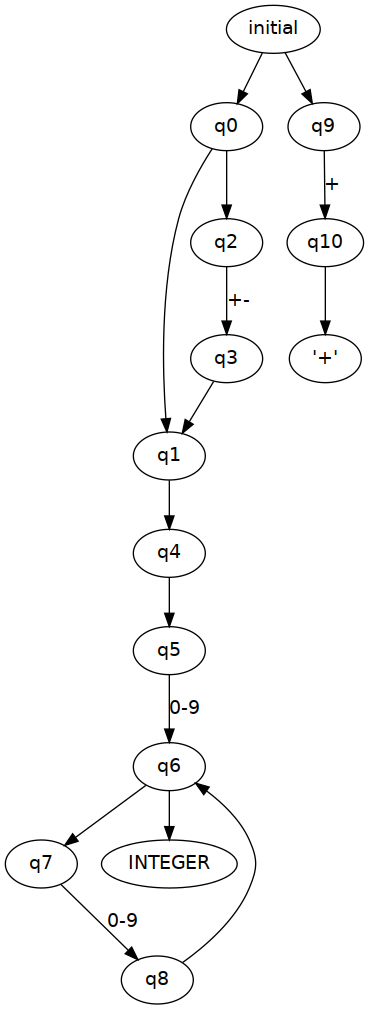
Earlier version of the Graphviz export simple.png (chom-parser/chom). Its source is kept beside it as simple.dot. The source it was exported from:
```dot
digraph {
	q10 -> "'+'"
	q3 -> q1
	q5 -> q6 [ label="0-9" ]
	q8 -> q6
	q0 -> q1
	q0 -> q2
	q2 -> q3 [ label="+-" ]
	q6 -> q7
	q6 -> "INTEGER"
	q1 -> q4
	initial -> q9
	initial -> q0
	q9 -> q10 [ label="+" ]
	q7 -> q8 [ label="0-9" ]
	q4 -> q5
}
```
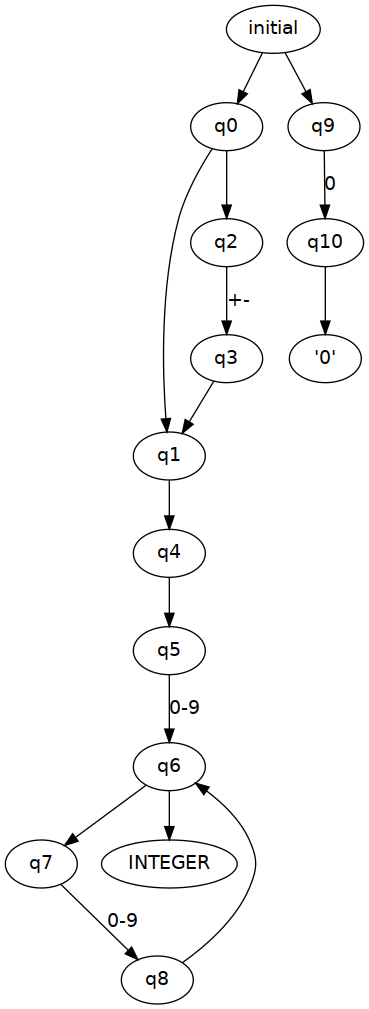
The same diagram one commit later.

Diff of the diagram source:
```diff
@@ -1,17 +1,39 @@
 digraph {
-	q10 -> "'+'"
-	q3 -> q1
-	q5 -> q6 [ label="0-9" ]
-	q8 -> q6
 	q0 -> q1
 	q0 -> q2
+	q1 -> q4
+	q3 -> q1
+	q7 -> q8 [ label="0-9" ]
+	q10 -> "'+'"
+	q4 -> q5
 	q2 -> q3 [ label="+-" ]
+	q5 -> q6 [ label="0-9" ]
+	q9 -> q10 [ label="+" ]
+	initial -> q0
+	initial -> q9
+	q8 -> q6
 	q6 -> q7
 	q6 -> "INTEGER"
-	q1 -> q4
-	initial -> q9
-	initial -> q0
-	q9 -> q10 [ label="+" ]
-	q7 -> q8 [ label="0-9" ]
-	q4 -> q5
+}digraph {
+	"q6,q7,INTEGER" -> "q6,q7,q8,INTEGER" [ label="0-9" ]
+	"q6,q7,q8,INTEGER" -> "q6,q7,q8,INTEGER" [ label="0-9" ]
+	"q1,q3,q4,q5,q10,'+'" -> "q6,q7,INTEGER" [ label="0-9" ]
+	"q1,q3,q4,q5" -> "q6,q7,INTEGER" [ label="0-9" ]
+	"initial,q0,q1,q2,q4,q5,q9" -> "q1,q3,q4,q5" [ label="-" ]
+	"initial,q0,q1,q2,q4,q5,q9" -> "q6,q7,INTEGER" [ label="0-9" ]
+	"initial,q0,q1,q2,q4,q5,q9" -> "q1,q3,q4,q5,q10,'+'" [ label="+" ]
+}digraph {
+	"q1,q3,q4,q5,q10,'+'" -> "q6,q7,q8,INTEGER" [ label="0-9" ]
+	"q1,q3,q4,q5" -> "q6,q7,q8,INTEGER" [ label="0-9" ]
+	"initial,q0,q1,q2,q4,q5,q9" -> "q1,q3,q4,q5,q10,'+'" [ label="+" ]
+	"initial,q0,q1,q2,q4,q5,q9" -> "q1,q3,q4,q5" [ label="-" ]
+	"initial,q0,q1,q2,q4,q5,q9" -> "q6,q7,q8,INTEGER" [ label="0-9" ]
+	"q6,q7,q8,INTEGER" -> "q6,q7,q8,INTEGER" [ label="0-9" ]
+}digraph {
+	q0 -> "INTEGER" (0) [ label="0-9" ]
+	initial -> "INTEGER" (0) [ label="0-9" ]
+	initial -> q0 [ label="-" ]
+	initial -> "'+'" (0) [ label="+" ]
+	"INTEGER" (0) -> "INTEGER" (0) [ label="0-9" ]
+	"'+'" (0) -> "INTEGER" (0) [ label="0-9" ]
 }
```
